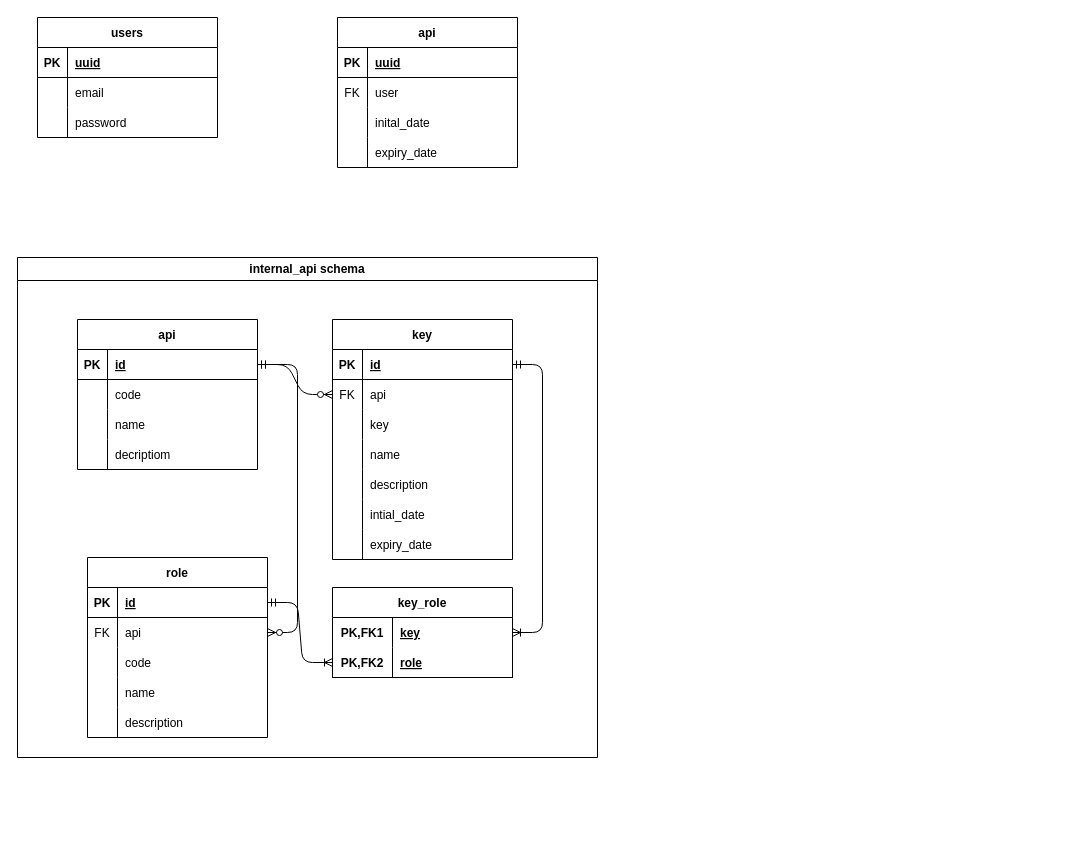
Earlier version of the draw.io diagram db/diagram.drawio (HestiaEngineering/security). Source tidied: cells renumbered, new cells numbered last; positions are measured from the earlier drawing's top-left corner, leaving out a move shared by most shapes. Both pictures are drawn from the tidied source at 100%, with x=0, y=0 at pixel (17, 17).
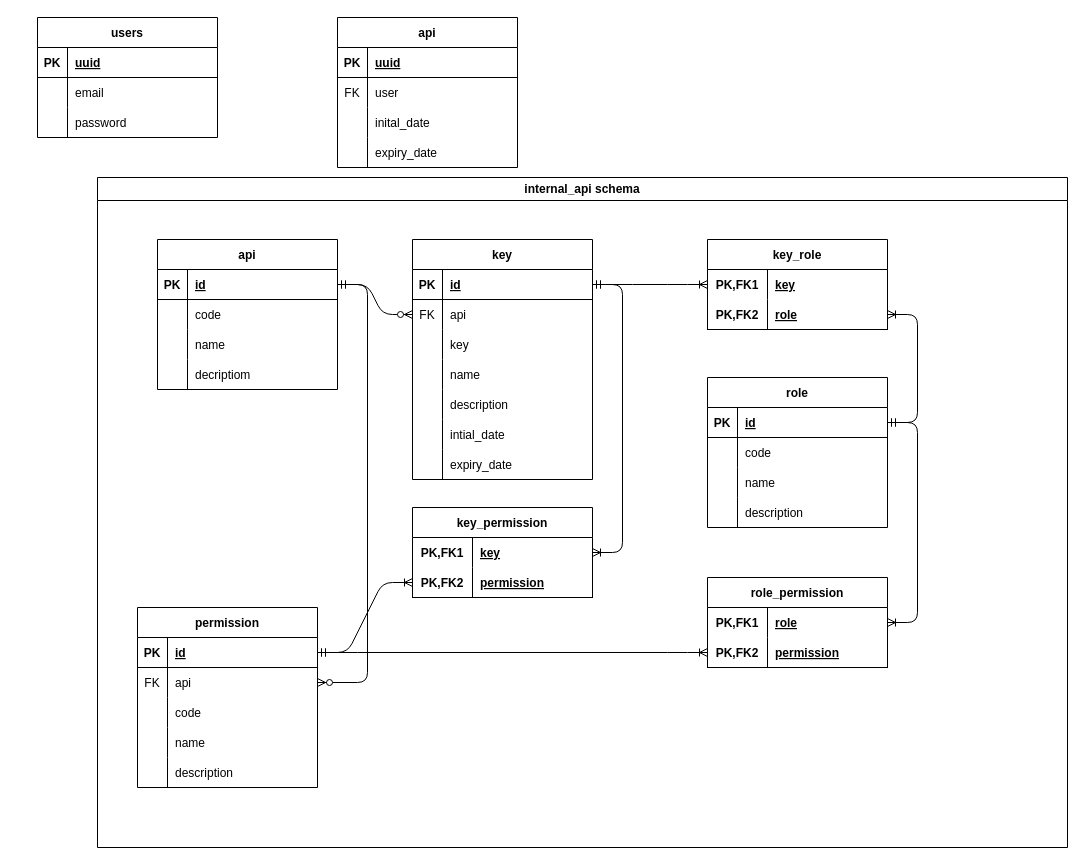
Above is the later version.

Commit message:
update database to add permissions and roles

Unchanged cells that the change refers to:
```xml
<mxCell id="19" value="id" style="shape=partialRectangle;fillColor=none;top=0;left=0;bottom=0;right=0;align=left;spacingLeft=6;fontStyle=5;overflow=hidden;" parent="17" vertex="1">
  <mxGeometry x="30" width="150" height="30" as="geometry" />
</mxCell>
<mxCell id="42" value="id" style="shape=partialRectangle;fillColor=none;top=0;left=0;bottom=0;right=0;align=left;spacingLeft=6;fontStyle=5;overflow=hidden;" parent="40" vertex="1">
  <mxGeometry x="30" width="150" height="30" as="geometry" />
</mxCell>
<mxCell id="60" style="shape=tableRow;horizontal=0;startSize=0;swimlaneHead=0;swimlaneBody=0;fillColor=none;points=[[0,0.5],[1,0.5]];portConstraint=eastwest;top=0;left=0;right=0;bottom=1;" parent="56" vertex="1">
  <mxGeometry y="60" width="180" height="30" as="geometry" />
</mxCell>
```

Change to the diagram source:
```diff
@@
     <mxCell id="2" value="internal_api schema" style="swimlane;whiteSpace=wrap;html=1;" parent="1" vertex="1">
-      <mxGeometry y="240" width="580" height="500" as="geometry" />
+      <mxGeometry x="80" y="160" width="970" height="670" as="geometry" />
     </mxCell>
@@
-    <mxCell id="39" value="role" style="shape=table;startSize=30;childLayout=tableLayout;rowLines=0;fontStyle=1;align=center;" parent="2" vertex="1">
-      <mxGeometry x="70" y="300" width="180" height="180" as="geometry" />
+    <mxCell id="39" value="permission" style="shape=table;startSize=30;childLayout=tableLayout;rowLines=0;fontStyle=1;align=center;" parent="2" vertex="1">
+      <mxGeometry x="40" y="430" width="180" height="180" as="geometry" />
     </mxCell>
@@
-    <mxCell id="56" value="key_role" style="shape=table;startSize=30;childLayout=tableLayout;rowLines=0;fontStyle=1;align=center;" parent="2" vertex="1">
+    <mxCell id="56" value="key_permission" style="shape=table;startSize=30;childLayout=tableLayout;rowLines=0;fontStyle=1;align=center;" parent="2" vertex="1">
       <mxGeometry x="315" y="330" width="180" height="90" as="geometry" />
     </mxCell>
@@
-    <mxCell id="62" value="role" style="shape=partialRectangle;fillColor=none;top=0;left=0;bottom=0;right=0;align=left;spacingLeft=6;fontStyle=5;overflow=hidden;" parent="60" vertex="1">
+    <mxCell id="62" value="permission" style="shape=partialRectangle;fillColor=none;top=0;left=0;bottom=0;right=0;align=left;spacingLeft=6;fontStyle=5;overflow=hidden;" parent="60" vertex="1">
       <mxGeometry x="60" width="120" height="30" as="geometry" />
     </mxCell>
@@
+    <mxCell id="88" value="role" style="shape=table;startSize=30;childLayout=tableLayout;rowLines=0;fontStyle=1;align=center;" parent="2" vertex="1">
+      <mxGeometry x="610" y="200" width="180" height="150" as="geometry" />
+    </mxCell>
+    <mxCell id="89" style="shape=tableRow;horizontal=0;startSize=0;swimlaneHead=0;swimlaneBody=0;fillColor=none;top=0;left=0;right=0;bottom=1;" parent="88" vertex="1">
+      <mxGeometry y="30" width="180" height="30" as="geometry" />
+    </mxCell>
+    <mxCell id="90" value="PK" style="shape=partialRectangle;fillColor=none;top=0;left=0;bottom=0;right=0;fontStyle=1;overflow=hidden;" parent="89" vertex="1">
+      <mxGeometry width="30" height="30" as="geometry" />
+    </mxCell>
+    <mxCell id="91" value="id" style="shape=partialRectangle;fillColor=none;top=0;left=0;bottom=0;right=0;align=left;spacingLeft=6;fontStyle=5;overflow=hidden;" parent="89" vertex="1">
+      <mxGeometry x="30" width="150" height="30" as="geometry" />
+    </mxCell>
+    <mxCell id="92" style="shape=tableRow;horizontal=0;startSize=0;swimlaneHead=0;swimlaneBody=0;fillColor=none;top=0;left=0;right=0;bottom=0;" parent="88" vertex="1">
+      <mxGeometry y="60" width="180" height="30" as="geometry" />
+    </mxCell>
+    <mxCell id="93" style="shape=partialRectangle;fillColor=none;top=0;left=0;bottom=0;right=0;overflow=hidden;" parent="92" vertex="1">
+      <mxGeometry width="30" height="30" as="geometry" />
+    </mxCell>
+    <mxCell id="94" value="code" style="shape=partialRectangle;fillColor=none;top=0;left=0;bottom=0;right=0;align=left;spacingLeft=6;overflow=hidden;" parent="92" vertex="1">
+      <mxGeometry x="30" width="150" height="30" as="geometry" />
+    </mxCell>
+    <mxCell id="95" style="shape=tableRow;horizontal=0;startSize=0;swimlaneHead=0;swimlaneBody=0;fillColor=none;top=0;left=0;right=0;bottom=0;" parent="88" vertex="1">
+      <mxGeometry y="90" width="180" height="30" as="geometry" />
+    </mxCell>
+    <mxCell id="96" style="shape=partialRectangle;fillColor=none;top=0;left=0;bottom=0;right=0;overflow=hidden;" parent="95" vertex="1">
+      <mxGeometry width="30" height="30" as="geometry" />
+    </mxCell>
+    <mxCell id="97" value="name" style="shape=partialRectangle;fillColor=none;top=0;left=0;bottom=0;right=0;align=left;spacingLeft=6;overflow=hidden;" parent="95" vertex="1">
+      <mxGeometry x="30" width="150" height="30" as="geometry" />
+    </mxCell>
+    <mxCell id="98" style="shape=tableRow;horizontal=0;startSize=0;swimlaneHead=0;swimlaneBody=0;fillColor=none;top=0;left=0;right=0;bottom=0;" parent="88" vertex="1">
+      <mxGeometry y="120" width="180" height="30" as="geometry" />
+    </mxCell>
+    <mxCell id="99" style="shape=partialRectangle;fillColor=none;top=0;left=0;bottom=0;right=0;overflow=hidden;" parent="98" vertex="1">
+      <mxGeometry width="30" height="30" as="geometry" />
+    </mxCell>
+    <mxCell id="100" value="description" style="shape=partialRectangle;fillColor=none;top=0;left=0;bottom=0;right=0;align=left;spacingLeft=6;overflow=hidden;" parent="98" vertex="1">
+      <mxGeometry x="30" width="150" height="30" as="geometry" />
+    </mxCell>
+    <mxCell id="101" value="key_role" style="shape=table;startSize=30;childLayout=tableLayout;rowLines=0;fontStyle=1;align=center;" parent="2" vertex="1">
+      <mxGeometry x="610" y="62" width="180" height="90" as="geometry" />
+    </mxCell>
+    <mxCell id="102" style="shape=tableRow;horizontal=0;startSize=0;swimlaneHead=0;swimlaneBody=0;fillColor=none;top=0;left=0;right=0;bottom=0;" parent="101" vertex="1">
+      <mxGeometry y="30" width="180" height="30" as="geometry" />
+    </mxCell>
+    <mxCell id="103" value="PK,FK1" style="shape=partialRectangle;fillColor=none;top=0;left=0;bottom=0;right=0;fontStyle=1;overflow=hidden;" parent="102" vertex="1">
+      <mxGeometry width="60" height="30" as="geometry" />
+    </mxCell>
+    <mxCell id="104" value="key" style="shape=partialRectangle;fillColor=none;top=0;left=0;bottom=0;right=0;align=left;spacingLeft=6;fontStyle=5;overflow=hidden;" parent="102" vertex="1">
+      <mxGeometry x="60" width="120" height="30" as="geometry" />
+    </mxCell>
+    <mxCell id="105" style="shape=tableRow;horizontal=0;startSize=0;swimlaneHead=0;swimlaneBody=0;fillColor=none;top=0;left=0;right=0;bottom=1;" parent="101" vertex="1">
+      <mxGeometry y="60" width="180" height="30" as="geometry" />
+    </mxCell>
+    <mxCell id="106" value="PK,FK2" style="shape=partialRectangle;fillColor=none;top=0;left=0;bottom=0;right=0;fontStyle=1;overflow=hidden;" parent="105" vertex="1">
+      <mxGeometry width="60" height="30" as="geometry" />
+    </mxCell>
+    <mxCell id="107" value="role" style="shape=partialRectangle;fillColor=none;top=0;left=0;bottom=0;right=0;align=left;spacingLeft=6;fontStyle=5;overflow=hidden;" parent="105" vertex="1">
+      <mxGeometry x="60" width="120" height="30" as="geometry" />
+    </mxCell>
+    <mxCell id="108" style="edgeStyle=entityRelationEdgeStyle;fontSize=12;html=1;endArrow=ERoneToMany;startArrow=ERmandOne;" parent="2" edge="1" source="19" target="103">
+      <mxGeometry relative="1" as="geometry" />
+    </mxCell>
+    <mxCell id="109" style="edgeStyle=entityRelationEdgeStyle;fontSize=12;html=1;endArrow=ERoneToMany;startArrow=ERmandOne;" parent="2" edge="1" source="91" target="107">
+      <mxGeometry relative="1" as="geometry" />
+    </mxCell>
+    <mxCell id="110" value="role_permission" style="shape=table;startSize=30;childLayout=tableLayout;rowLines=0;fontStyle=1;align=center;" parent="2" vertex="1">
+      <mxGeometry x="610" y="400" width="180" height="90" as="geometry" />
+    </mxCell>
+    <mxCell id="111" style="shape=tableRow;horizontal=0;startSize=0;swimlaneHead=0;swimlaneBody=0;fillColor=none;top=0;left=0;right=0;bottom=0;" parent="110" vertex="1">
+      <mxGeometry y="30" width="180" height="30" as="geometry" />
+    </mxCell>
+    <mxCell id="112" value="PK,FK1" style="shape=partialRectangle;fillColor=none;top=0;left=0;bottom=0;right=0;fontStyle=1;overflow=hidden;" parent="111" vertex="1">
+      <mxGeometry width="60" height="30" as="geometry" />
+    </mxCell>
+    <mxCell id="113" value="role" style="shape=partialRectangle;fillColor=none;top=0;left=0;bottom=0;right=0;align=left;spacingLeft=6;fontStyle=5;overflow=hidden;" parent="111" vertex="1">
+      <mxGeometry x="60" width="120" height="30" as="geometry" />
+    </mxCell>
+    <mxCell id="114" style="shape=tableRow;horizontal=0;startSize=0;swimlaneHead=0;swimlaneBody=0;fillColor=none;top=0;left=0;right=0;bottom=1;" parent="110" vertex="1">
+      <mxGeometry y="60" width="180" height="30" as="geometry" />
+    </mxCell>
+    <mxCell id="115" value="PK,FK2" style="shape=partialRectangle;fillColor=none;top=0;left=0;bottom=0;right=0;fontStyle=1;overflow=hidden;" parent="114" vertex="1">
+      <mxGeometry width="60" height="30" as="geometry" />
+    </mxCell>
+    <mxCell id="116" value="permission" style="shape=partialRectangle;fillColor=none;top=0;left=0;bottom=0;right=0;align=left;spacingLeft=6;fontStyle=5;overflow=hidden;" parent="114" vertex="1">
+      <mxGeometry x="60" width="120" height="30" as="geometry" />
+    </mxCell>
+    <mxCell id="117" style="edgeStyle=entityRelationEdgeStyle;fontSize=12;html=1;endArrow=ERoneToMany;startArrow=ERmandOne;" parent="2" edge="1" source="91" target="113">
+      <mxGeometry relative="1" as="geometry" />
+    </mxCell>
+    <mxCell id="118" style="edgeStyle=entityRelationEdgeStyle;fontSize=12;html=1;endArrow=ERoneToMany;startArrow=ERmandOne;" parent="2" edge="1" source="42" target="115">
+      <mxGeometry relative="1" as="geometry" />
+    </mxCell>
```
